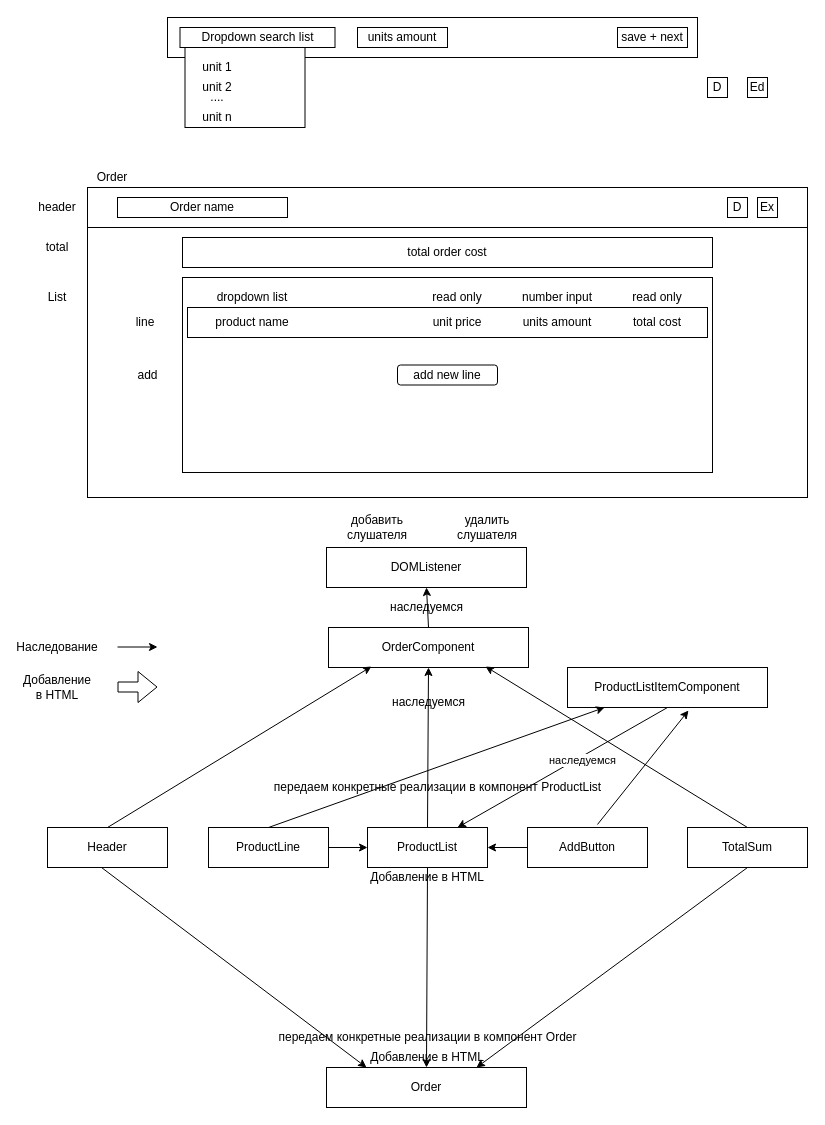
Before: CalculatorLayout.drawio in PavelMikh/GoodsCostCalculator, a draw.io diagram. Source tidied: cells renumbered, new cells numbered last; positions are measured from the earlier drawing's top-left corner, leaving out a move shared by most shapes. Both pictures are drawn from the tidied source at 100%, with x=0, y=0 at pixel (22, 17).
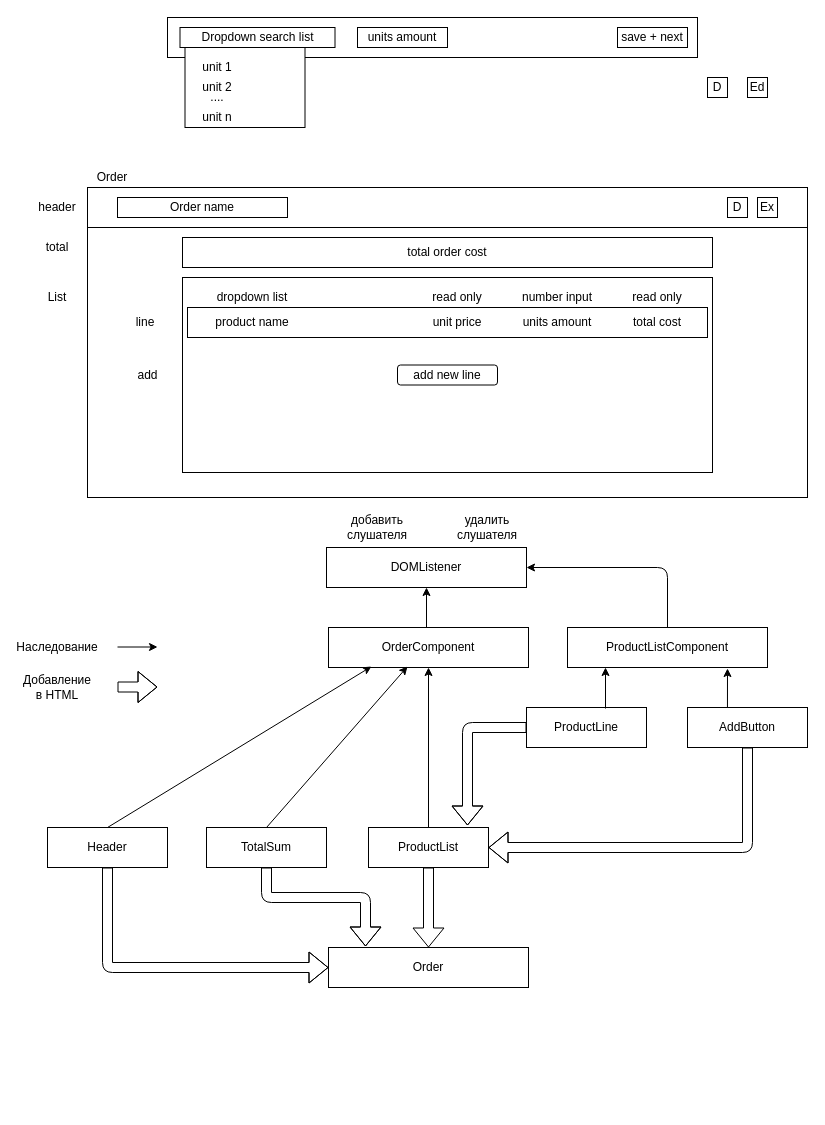
Above is the later version.

The change refers to these unchanged cells:
```xml
<mxCell id="25" value="DOMListener" style="rounded=0;whiteSpace=wrap;html=1;" parent="1" vertex="1">
  <mxGeometry x="304" y="530" width="200" height="40" as="geometry" />
</mxCell>
<mxCell id="27" value="OrderComponent" style="rounded=0;whiteSpace=wrap;html=1;" parent="1" vertex="1">
  <mxGeometry x="306" y="610" width="200" height="40" as="geometry" />
</mxCell>
<mxCell id="28" value="Header" style="rounded=0;whiteSpace=wrap;html=1;" parent="1" vertex="1">
  <mxGeometry x="25" y="810" width="120" height="40" as="geometry" />
</mxCell>
```

Diff of the diagram source:
```diff
@@
-    <mxCell id="26" style="endArrow=classic;html=1;exitX=0.5;exitY=0;exitDx=0;exitDy=0;entryX=0.5;entryY=1;entryDx=0;entryDy=0;" parent="1" edge="1" source="27" target="25">
-      <mxGeometry relative="1" as="geometry" />
+    <mxCell id="26" style="endArrow=classic;html=1;entryX=0.5;entryY=1;entryDx=0;entryDy=0;" parent="1" edge="1" target="25">
+      <mxGeometry relative="1" as="geometry">
+        <mxPoint x="404" y="610" as="sourcePoint" />
+      </mxGeometry>
     </mxCell>
@@
     <mxCell id="29" value="ProductList" style="rounded=0;whiteSpace=wrap;html=1;" parent="1" vertex="1">
-      <mxGeometry x="345" y="810" width="120" height="40" as="geometry" />
+      <mxGeometry x="346" y="810" width="120" height="40" as="geometry" />
     </mxCell>
     <mxCell id="30" value="AddButton" style="rounded=0;whiteSpace=wrap;html=1;" parent="1" vertex="1">
-      <mxGeometry x="505" y="810" width="120" height="40" as="geometry" />
+      <mxGeometry x="665" y="690" width="120" height="40" as="geometry" />
     </mxCell>
     <mxCell id="31" value="TotalSum" style="rounded=0;whiteSpace=wrap;html=1;" parent="1" vertex="1">
-      <mxGeometry x="665" y="810" width="120" height="40" as="geometry" />
+      <mxGeometry x="184" y="810" width="120" height="40" as="geometry" />
     </mxCell>
     <mxCell id="32" value="Order" style="rounded=0;whiteSpace=wrap;html=1;" parent="1" vertex="1">
-      <mxGeometry x="304" y="1050" width="200" height="40" as="geometry" />
+      <mxGeometry x="306" y="930" width="200" height="40" as="geometry" />
     </mxCell>
-    <mxCell id="33" style="endArrow=classic;html=1;exitX=0.45;exitY=1;exitDx=0;exitDy=0;exitPerimeter=0;entryX=0.2;entryY=0;entryDx=0;entryDy=0;entryPerimeter=0;" parent="1" edge="1" source="28" target="32">
-      <mxGeometry relative="1" as="geometry" />
-    </mxCell>
-    <mxCell id="34" style="endArrow=classic;html=1;exitX=0;exitY=0.5;exitDx=0;exitDy=0;" parent="1" edge="1" source="30" target="29">
-      <mxGeometry relative="1" as="geometry" />
-    </mxCell>
-    <mxCell id="35" style="endArrow=classic;html=1;exitX=0.5;exitY=1;exitDx=0;exitDy=0;entryX=0.75;entryY=0;entryDx=0;entryDy=0;" parent="1" edge="1" source="31" target="32">
-      <mxGeometry relative="1" as="geometry" />
-    </mxCell>
-    <mxCell id="36" value="Добавление в HTML" style="text;html=1;strokeColor=none;fillColor=none;align=center;verticalAlign=middle;whiteSpace=wrap;rounded=0;" parent="1" vertex="1">
-      <mxGeometry x="345" y="1020" width="120" height="40" as="geometry" />
-    </mxCell>
@@
-    <mxCell id="39" value="наследуемся" style="text;html=1;align=center;verticalAlign=middle;" parent="1" vertex="1">
-      <mxGeometry x="359" y="580" width="90" height="20" as="geometry" />
-    </mxCell>
-    <mxCell id="40" value="наследуемся" style="text;html=1;align=center;verticalAlign=middle;" parent="1" vertex="1">
-      <mxGeometry x="361" y="674.5" width="90" height="20" as="geometry" />
-    </mxCell>
     <mxCell id="41" value="ProductLine" style="rounded=0;whiteSpace=wrap;html=1;" parent="1" vertex="1">
-      <mxGeometry x="186" y="810" width="120" height="40" as="geometry" />
+      <mxGeometry x="504" y="690" width="120" height="40" as="geometry" />
     </mxCell>
-    <mxCell id="42" style="endArrow=classic;html=1;exitX=1;exitY=0.5;exitDx=0;exitDy=0;" parent="1" edge="1" source="41" target="29">
-      <mxGeometry relative="1" as="geometry" />
-    </mxCell>
@@
-    <mxCell id="44" value="передаем конкретные реализации в компонент ProductList" style="text;html=1;align=center;verticalAlign=middle;" parent="1" vertex="1">
-      <mxGeometry x="245" y="760" width="340" height="20" as="geometry" />
-    </mxCell>
-    <mxCell id="45" value="Добавление в HTML" style="text;html=1;strokeColor=none;fillColor=none;align=center;verticalAlign=middle;whiteSpace=wrap;rounded=0;" parent="1" vertex="1">
-      <mxGeometry x="345" y="840" width="120" height="40" as="geometry" />
-    </mxCell>
-    <mxCell id="46" value="передаем конкретные реализации в компонент Order" style="text;html=1;align=center;verticalAlign=middle;" parent="1" vertex="1">
-      <mxGeometry x="250" y="1010" width="310" height="20" as="geometry" />
-    </mxCell>
-    <mxCell id="47" style="endArrow=classic;html=1;exitX=0.5;exitY=1;exitDx=0;exitDy=0;entryX=0.5;entryY=0;entryDx=0;entryDy=0;" parent="1" edge="1" source="29" target="32">
-      <mxGeometry relative="1" as="geometry" />
-    </mxCell>
@@
-    <mxCell id="60" style="endArrow=classic;html=1;exitX=0.5;exitY=1;exitDx=0;exitDy=0;entryX=0.75;entryY=0;entryDx=0;entryDy=0;" parent="1" edge="1" source="62" target="29">
-      <mxGeometry relative="1" as="geometry" />
-    </mxCell>
-    <mxCell id="61" value="наследуемся" style="edgeLabel;html=1;align=center;verticalAlign=middle;" parent="60" vertex="1">
-      <mxGeometry x="-0.17" y="2" relative="1" as="geometry">
-        <mxPoint y="1" as="offset" />
-      </mxGeometry>
-    </mxCell>
-    <mxCell id="62" value="ProductListItemComponent" style="rounded=0;whiteSpace=wrap;html=1;" parent="1" vertex="1">
-      <mxGeometry x="545" y="650" width="200" height="40" as="geometry" />
+    <mxCell id="62" value="ProductListComponent" style="rounded=0;whiteSpace=wrap;html=1;" parent="1" vertex="1">
+      <mxGeometry x="545" y="610" width="200" height="40" as="geometry" />
     </mxCell>
@@
-    <mxCell id="64" style="endArrow=classic;html=1;entryX=0.785;entryY=0.975;entryDx=0;entryDy=0;entryPerimeter=0;exitX=0.5;exitY=0;exitDx=0;exitDy=0;" parent="1" edge="1" source="31" target="27">
+    <mxCell id="64" style="endArrow=classic;html=1;entryX=0.395;entryY=0.975;entryDx=0;entryDy=0;entryPerimeter=0;exitX=0.5;exitY=0;exitDx=0;exitDy=0;" parent="1" edge="1" source="31" target="27">
       <mxGeometry relative="1" as="geometry" />
     </mxCell>
-    <mxCell id="65" style="endArrow=classic;html=1;entryX=0.605;entryY=1.075;entryDx=0;entryDy=0;entryPerimeter=0;exitX=0.583;exitY=-0.075;exitDx=0;exitDy=0;exitPerimeter=0;" parent="1" edge="1" source="30" target="62">
+    <mxCell id="65" style="endArrow=classic;html=1;exitX=0.333;exitY=0;exitDx=0;exitDy=0;exitPerimeter=0;entryX=0.8;entryY=1.025;entryDx=0;entryDy=0;entryPerimeter=0;" parent="1" edge="1" source="30" target="62">
       <mxGeometry relative="1" as="geometry" />
     </mxCell>
-    <mxCell id="66" style="endArrow=classic;html=1;entryX=0.185;entryY=1;entryDx=0;entryDy=0;entryPerimeter=0;exitX=0.5;exitY=0;exitDx=0;exitDy=0;" parent="1" edge="1" source="41" target="62">
-      <mxGeometry relative="1" as="geometry" />
+    <mxCell id="66" style="endArrow=classic;html=1;" parent="1" edge="1">
+      <mxGeometry relative="1" as="geometry">
+        <mxPoint x="583" y="691" as="sourcePoint" />
+        <mxPoint x="583" y="650" as="targetPoint" />
+      </mxGeometry>
     </mxCell>
@@
-    <mxCell id="69" style="shape=flexArrow;endArrow=classic;html=1;" parent="1" edge="1">
-      <mxGeometry relative="1" as="geometry">
-        <mxPoint x="95" y="669.5" as="sourcePoint" />
-        <mxPoint x="135" y="669.5" as="targetPoint" />
-      </mxGeometry>
-    </mxCell>
@@
+    <mxCell id="47" style="shape=flexArrow;endArrow=classic;html=1;exitX=0.5;exitY=1;exitDx=0;exitDy=0;entryX=0.5;entryY=0;entryDx=0;entryDy=0;" parent="1" edge="1" source="29" target="32">
+      <mxGeometry relative="1" as="geometry" />
+    </mxCell>
+    <mxCell id="42" style="shape=flexArrow;endArrow=classic;html=1;exitX=0;exitY=0.5;exitDx=0;exitDy=0;entryX=0.825;entryY=-0.05;entryDx=0;entryDy=0;entryPerimeter=0;" parent="1" edge="1" source="41" target="29">
+      <mxGeometry relative="1" as="geometry">
+        <Array as="points">
+          <mxPoint x="445" y="710" />
+        </Array>
+      </mxGeometry>
+    </mxCell>
+    <mxCell id="34" style="shape=flexArrow;endArrow=classic;html=1;entryX=1;entryY=0.5;entryDx=0;entryDy=0;exitX=0.5;exitY=1;exitDx=0;exitDy=0;" parent="1" edge="1" source="30" target="29">
+      <mxGeometry relative="1" as="geometry">
+        <Array as="points">
+          <mxPoint x="725" y="830" />
+        </Array>
+      </mxGeometry>
+    </mxCell>
+    <mxCell id="33" style="shape=flexArrow;endArrow=classic;html=1;exitX=0.5;exitY=1;exitDx=0;exitDy=0;entryX=0;entryY=0.5;entryDx=0;entryDy=0;" parent="1" edge="1" source="28" target="32">
+      <mxGeometry relative="1" as="geometry">
+        <Array as="points">
+          <mxPoint x="85" y="950" />
+        </Array>
+      </mxGeometry>
+    </mxCell>
+    <mxCell id="71" style="shape=flexArrow;endArrow=classic;html=1;" parent="1" edge="1">
+      <mxGeometry relative="1" as="geometry">
+        <mxPoint x="95" y="669.5" as="sourcePoint" />
+        <mxPoint x="135" y="669.5" as="targetPoint" />
+        <Array as="points">
+          <mxPoint x="115" y="669.5" />
+        </Array>
+      </mxGeometry>
+    </mxCell>
+    <mxCell id="72" style="endArrow=classic;html=1;exitX=0.5;exitY=0;exitDx=0;exitDy=0;entryX=1;entryY=0.5;entryDx=0;entryDy=0;" parent="1" edge="1" source="62" target="25">
+      <mxGeometry relative="1" as="geometry">
+        <Array as="points">
+          <mxPoint x="645" y="550" />
+        </Array>
+      </mxGeometry>
+    </mxCell>
+    <mxCell id="35" style="shape=flexArrow;endArrow=classic;html=1;exitX=0.5;exitY=1;exitDx=0;exitDy=0;entryX=0.185;entryY=-0.025;entryDx=0;entryDy=0;entryPerimeter=0;" parent="1" edge="1" source="31" target="32">
+      <mxGeometry relative="1" as="geometry">
+        <Array as="points">
+          <mxPoint x="244" y="880" />
+          <mxPoint x="343" y="880" />
+        </Array>
+      </mxGeometry>
+    </mxCell>
```
